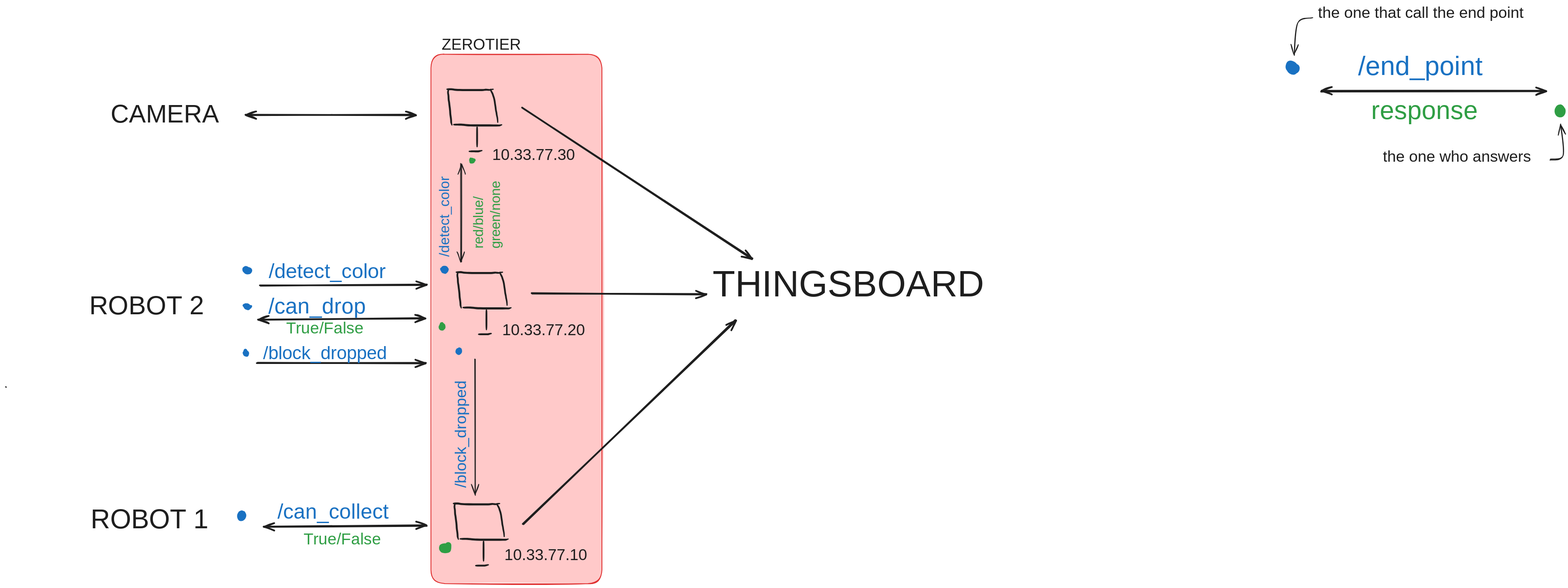
Earlier version of the Excalidraw export docs/_sheme/data-flow.excalidraw.svg (ErPollo07/ProgettoRobotica). Source tidied: one line per element, renumbered; positions are measured from the earlier drawing's top-left corner, leaving out a move shared by most shapes.
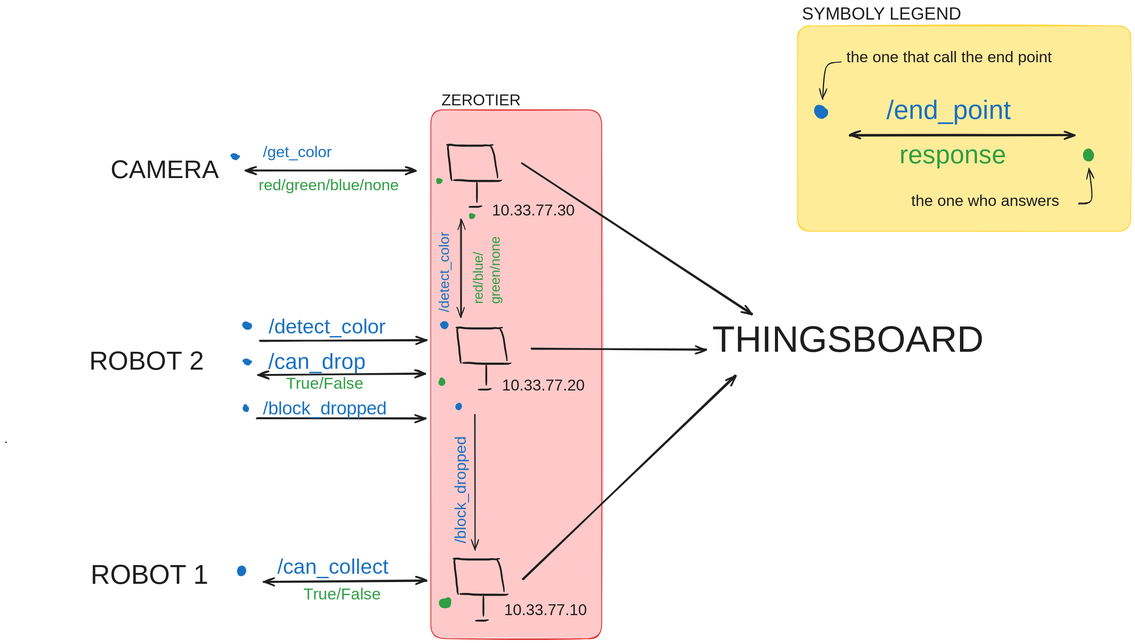
The same file after the commit.

Commit message:
Change the data-flow scheme

The edit, as a diff of the source:
```diff
@@ -1,3 +1,4 @@
+{"id": 67, "type": "rectangle", "strokeColor": "#ffd43b", "backgroundColor": "#ffec99", "fillStyle": "solid", "strokeWidth": 2, "roughness": 1, "round": true, "x": 1841, "y": -79, "width": 773, "height": 477}
 {"id": 0, "type": "rectangle", "strokeColor": "#e03131", "backgroundColor": "#ffc9c9", "fillStyle": "solid", "strokeWidth": 2, "roughness": 1, "round": true, "x": 990, "y": 116, "width": 397, "height": 1227}
 {"id": 1, "type": "freedraw", "strokeColor": "#1e1e1e", "strokeWidth": 1, "roughness": 1, "x": 1031, "y": 197, "width": 10, "height": 84, "points": [[0, 0], [0, 2], [-2, 4], [-2, 6], [-2, 12], [0, 16], [0, 20], [0, 30], [2, 34], [2, 40], [4, 52], [4, 58], [4, 62], [6, 72], [6, 74], [6, 78], [6, 80], [8, 84], [8, 84]]}
 {"id": 2, "type": "freedraw", "strokeColor": "#1e1e1e", "strokeWidth": 1, "roughness": 1, "x": 1027, "y": 197, "width": 110, "height": 4, "points": [[0, 0], [0, -2], [-2, -2], [0, 0], [2, 0], [4, 0], [12, 0], [16, 0], [20, 2], [32, 2], [38, 2], [46, 2], [60, 2], [66, 2], [74, 2], [84, 2], [90, 2], [94, 0], [100, 2], [102, 2], [104, 0], [106, 0], [108, 0], [108, 0]]}
@@ -51,17 +52,24 @@
 {"id": 50, "type": "arrow", "strokeColor": "#1e1e1e", "strokeWidth": 4, "roughness": 1, "endArrowhead": "arrow", "round": true, "to": 49, "x": 1201, "y": 240, "width": 535, "height": 349, "points": [[0, 0], [535, 349]]}
 {"id": 51, "type": "arrow", "strokeColor": "#1e1e1e", "strokeWidth": 4, "roughness": 1, "endArrowhead": "arrow", "round": true, "to": 49, "x": 1224, "y": 670, "width": 405, "height": 1, "points": [[0, 0], [405, 1]]}
 {"id": 52, "type": "arrow", "strokeColor": "#1e1e1e", "strokeWidth": 4, "roughness": 1, "endArrowhead": "arrow", "round": true, "to": 49, "x": 1205, "y": 1204, "width": 492, "height": 471, "points": [[0, 0], [492, -471]]}
-{"id": 53, "type": "arrow", "strokeColor": "#1e1e1e", "strokeWidth": 4, "roughness": 1, "startArrowhead": "arrow", "endArrowhead": "arrow", "round": true, "x": 3056, "y": 201, "width": 520, "height": 0, "points": [[0, 0], [520, 0]]}
+{"id": 53, "type": "arrow", "strokeColor": "#1e1e1e", "strokeWidth": 4, "roughness": 1, "startArrowhead": "arrow", "endArrowhead": "arrow", "round": true, "x": 1963, "y": 175, "width": 520, "height": 0, "points": [[0, 0], [520, 0]]}
-{"id": 54, "type": "text", "text": "/end_point", "strokeColor": "#1971c2", "strokeWidth": 4, "roughness": 1, "fontSize": 61.6, "fontFamily": 5, "x": 3140, "y": 109, "width": 327, "height": 77}
+{"id": 54, "type": "text", "text": "/end_point", "strokeColor": "#1971c2", "strokeWidth": 4, "roughness": 1, "fontSize": 61.6, "fontFamily": 5, "x": 2047, "y": 83, "width": 327, "height": 77}
-{"id": 55, "type": "text", "text": "response", "strokeColor": "#2f9e44", "strokeWidth": 4, "roughness": 1, "fontSize": 60, "fontFamily": 5, "x": 3171, "y": 213, "width": 253, "height": 75}
+{"id": 55, "type": "text", "text": "response", "strokeColor": "#2f9e44", "strokeWidth": 4, "roughness": 1, "fontSize": 60, "fontFamily": 5, "x": 2078, "y": 187, "width": 253, "height": 75}
-{"id": 56, "type": "freedraw", "strokeColor": "#2f9e44", "strokeWidth": 4, "roughness": 1, "x": 3606, "y": 249, "width": 12, "height": 16, "points": [[0, 0], [0, -4], [2, -6], [4, -8], [8, -8], [10, -4], [10, 0], [8, 4], [4, 6], [0, 4], [-2, 0], [-2, -4], [0, -8], [2, -10], [6, -10], [8, -4], [8, 0], [6, 2], [4, 4], [2, 0], [2, -4], [2, -8], [4, -10], [6, -8], [6, -4], [0, 0]]}
+{"id": 56, "type": "freedraw", "strokeColor": "#2f9e44", "strokeWidth": 4, "roughness": 1, "x": 2513, "y": 223, "width": 12, "height": 16, "points": [[0, 0], [0, -4], [2, -6], [4, -8], [8, -8], [10, -4], [10, 0], [8, 4], [4, 6], [0, 4], [-2, 0], [-2, -4], [0, -8], [2, -10], [6, -10], [8, -4], [8, 0], [6, 2], [4, 4], [2, 0], [2, -4], [2, -8], [4, -10], [6, -8], [6, -4], [0, 0]]}
-{"id": 57, "type": "freedraw", "strokeColor": "#1971c2", "strokeWidth": 4, "roughness": 1, "x": 2994, "y": 145, "width": 18, "height": 16, "points": [[0, 0], [-2, 2], [-4, 0], [-2, -2], [0, -4], [2, 0], [4, 2], [2, 6], [-2, 8], [-8, 8], [-10, 6], [-12, 0], [-14, -4], [-12, -6], [-8, -6], [-4, -4], [-2, -2], [0, 4], [0, 8], [-2, 10], [-6, 10], [-10, 6], [-12, 2], [-12, -2], [-10, -4], [-10, 0]]}
+{"id": 57, "type": "freedraw", "strokeColor": "#1971c2", "strokeWidth": 4, "roughness": 1, "x": 1901, "y": 119, "width": 18, "height": 16, "points": [[0, 0], [-2, 2], [-4, 0], [-2, -2], [0, -4], [2, 0], [4, 2], [2, 6], [-2, 8], [-8, 8], [-10, 6], [-12, 0], [-14, -4], [-12, -6], [-8, -6], [-4, -4], [-2, -2], [0, 4], [0, 8], [-2, 10], [-6, 10], [-10, 6], [-12, 2], [-12, -2], [-10, -4], [-10, 0]]}
-{"id": 58, "type": "text", "text": "the one that call the end point", "strokeColor": "#1e1e1e", "strokeWidth": 1, "roughness": 1, "fontSize": 36, "fontFamily": 5, "x": 3048, "y": 0, "width": 550, "height": 45}
+{"id": 58, "type": "text", "text": "the one that call the end point", "strokeColor": "#1e1e1e", "strokeWidth": 1, "roughness": 1, "fontSize": 36, "fontFamily": 5, "x": 1954, "y": -27, "width": 550, "height": 45}
-{"id": 59, "type": "arrow", "strokeColor": "#1e1e1e", "strokeWidth": 2, "roughness": 1, "endArrowhead": "arrow", "round": true, "from": 58, "x": 3034, "y": 30, "width": 42, "height": 87, "points": [[0, 0], [-33, 14], [-42, 87]]}
+{"id": 59, "type": "arrow", "strokeColor": "#1e1e1e", "strokeWidth": 2, "roughness": 1, "endArrowhead": "arrow", "round": true, "from": 58, "x": 1940, "y": 3, "width": 42, "height": 87, "points": [[0, 0], [-33, 14], [-42, 87]]}
-{"id": 60, "type": "text", "text": "the one who answers", "strokeColor": "#1e1e1e", "strokeWidth": 2, "roughness": 1, "fontSize": 36, "fontFamily": 5, "x": 3198, "y": 333, "width": 368, "height": 45}
+{"id": 60, "type": "text", "text": "the one who answers", "strokeColor": "#1e1e1e", "strokeWidth": 2, "roughness": 1, "fontSize": 36, "fontFamily": 5, "x": 2105, "y": 307, "width": 368, "height": 45}
-{"id": 61, "type": "arrow", "strokeColor": "#1e1e1e", "strokeWidth": 2, "roughness": 1, "endArrowhead": "arrow", "round": true, "from": 60, "x": 3586, "y": 359, "width": 30, "height": 82, "points": [[0, 0], [30, -10], [24, -82]]}
+{"id": 61, "type": "arrow", "strokeColor": "#1e1e1e", "strokeWidth": 2, "roughness": 1, "endArrowhead": "arrow", "round": true, "from": 60, "x": 2493, "y": 333, "width": 30, "height": 82, "points": [[0, 0], [30, -10], [24, -82]]}
 {"id": 62, "type": "text", "text": "10.33.77.10", "strokeColor": "#1e1e1e", "backgroundColor": "#ffc9c9", "fillStyle": "solid", "strokeWidth": 2, "roughness": 1, "fontSize": 36, "fontFamily": 5, "x": 1160, "y": 1257, "width": 191, "height": 45}
 {"id": 63, "type": "text", "text": "10.33.77.20", "strokeColor": "#1e1e1e", "backgroundColor": "#ffc9c9", "fillStyle": "solid", "strokeWidth": 2, "roughness": 1, "fontSize": 36, "fontFamily": 5, "x": 1155, "y": 735, "width": 200, "height": 45}
 {"id": 64, "type": "text", "text": "10.33.77.30", "strokeColor": "#1e1e1e", "backgroundColor": "#ffc9c9", "fillStyle": "solid", "strokeWidth": 2, "roughness": 1, "fontSize": 36, "fontFamily": 5, "x": 1131, "y": 329, "width": 197, "height": 45}
 {"id": 65, "type": "text", "text": "ZEROTIER", "strokeColor": "#1e1e1e", "backgroundColor": "#ffc9c9", "fillStyle": "solid", "strokeWidth": 2, "roughness": 1, "fontSize": 36, "fontFamily": 5, "x": 1015, "y": 73, "width": 212, "height": 45}
 {"id": 66, "type": "freedraw", "strokeColor": "#2f9e44", "strokeWidth": 2, "roughness": 1, "x": 1027, "y": 1259, "width": 16, "height": 13, "points": [[0, 0], [-2, 0], [-3, 0], [-5, 0], [-5, 2], [-5, 3], [-3, 3], [-2, 3], [-2, 2], [-2, 0], [-2, 2], [0, 3], [2, 3], [3, 3], [3, 0], [3, -3], [2, -3], [0, -3], [-2, -3], [-3, -3], [-5, -3], [-6, -3], [-8, -3], [-10, -3], [-11, -2], [-13, -2], [-13, 0], [-13, 2], [-13, 3], [-11, 3], [-10, 6], [-8, 6], [-5, 6], [-3, 6], [-2, 6], [0, 6], [2, 6], [3, 6], [3, 5], [3, 3], [3, 2], [3, 0], [3, -2], [3, -3], [3, -5], [3, -6], [0, 0]]}
+{"id": 68, "type": "text", "text": "/get_color", "strokeColor": "#1971c2", "strokeWidth": 2, "roughness": 1, "fontSize": 36, "fontFamily": 5, "x": 600, "y": 194, "width": 186, "height": 45}
+{"id": 69, "type": "freedraw", "strokeColor": "#1971c2", "strokeWidth": 2, "roughness": 1, "x": 544, "y": 223, "width": 16, "height": 10, "points": [[0, 0], [-2, 2], [-4, 4], [-6, 4], [-8, 2], [-6, 0], [-4, -2], [-4, 2], [-6, 4], [-10, 2], [-12, -2], [-10, -4], [-6, -4], [-4, 0], [-4, 4], [-6, 6], [-10, 6], [-12, 2], [-14, -2], [-10, -4], [-8, 0], [-10, 4], [-14, 0], [-12, -2], [-10, -2], [-8, 2], [-10, 4], [-14, 2], [-14, -2], [-14, -2], [-10, 0], [-10, 4], [-14, 2], [0, 0]]}
+{"id": 70, "type": "text", "text": "red/green/blue/none", "strokeColor": "#2f9e44", "strokeWidth": 2, "roughness": 1, "fontSize": 36, "fontFamily": 5, "x": 590, "y": 270, "width": 352, "height": 45}
+{"id": 71, "type": "freedraw", "strokeColor": "#2f9e44", "strokeWidth": 2, "roughness": 1, "x": 1006, "y": 276, "width": 10, "height": 8, "points": [[0, 0], [2, 0], [2, 2], [2, 4], [0, 4], [0, 6], [0, 4], [-2, 4], [-2, 2], [0, 0], [2, 0], [4, 0], [4, 2], [6, 2], [6, 4], [8, 4], [8, 6], [6, 6], [6, 8], [4, 8], [2, 8], [0, 8], [0, 6], [0, 4], [0, 2], [2, 2], [4, 2], [4, 4], [6, 4], [6, 6], [6, 8], [4, 8], [2, 8], [0, 8], [0, 6], [0, 4], [0, 2], [-2, 2], [0, 0], [0, 0]]}
+{"id": 72, "type": "freedraw", "strokeColor": "#2f9e44", "strokeWidth": 2, "roughness": 1, "x": 1008, "y": 278, "width": 10, "height": 8, "points": [[0, 0], [0, -2], [2, -2], [2, 0], [2, 2], [2, 4], [0, 4], [0, 6], [-2, 6], [-2, 4], [-4, 4], [-4, 2], [-2, 2], [-2, 0], [0, 0], [2, 0], [4, 0], [6, 0], [6, 2], [4, 2], [4, 4], [2, 4], [2, 2], [0, 2], [0, 0], [0, 0]]}
+{"id": 73, "type": "freedraw", "strokeColor": "#2f9e44", "strokeWidth": 2, "roughness": 1, "x": 1010, "y": 278, "width": 6, "height": 6, "points": [[0, 0], [0, -2], [2, -2], [2, 0], [4, 0], [4, 2], [4, 4], [2, 4], [0, 4], [-2, 4], [-2, 2], [-2, 0], [-2, -2], [0, -2], [0, 0], [0, 0]]}
+{"id": 74, "type": "text", "text": "SYMBOLY LEGEND", "strokeColor": "#1e1e1e", "strokeWidth": 2, "roughness": 1, "fontSize": 40.0, "fontFamily": 5, "x": 1851, "y": -129, "width": 365, "height": 50}
```
